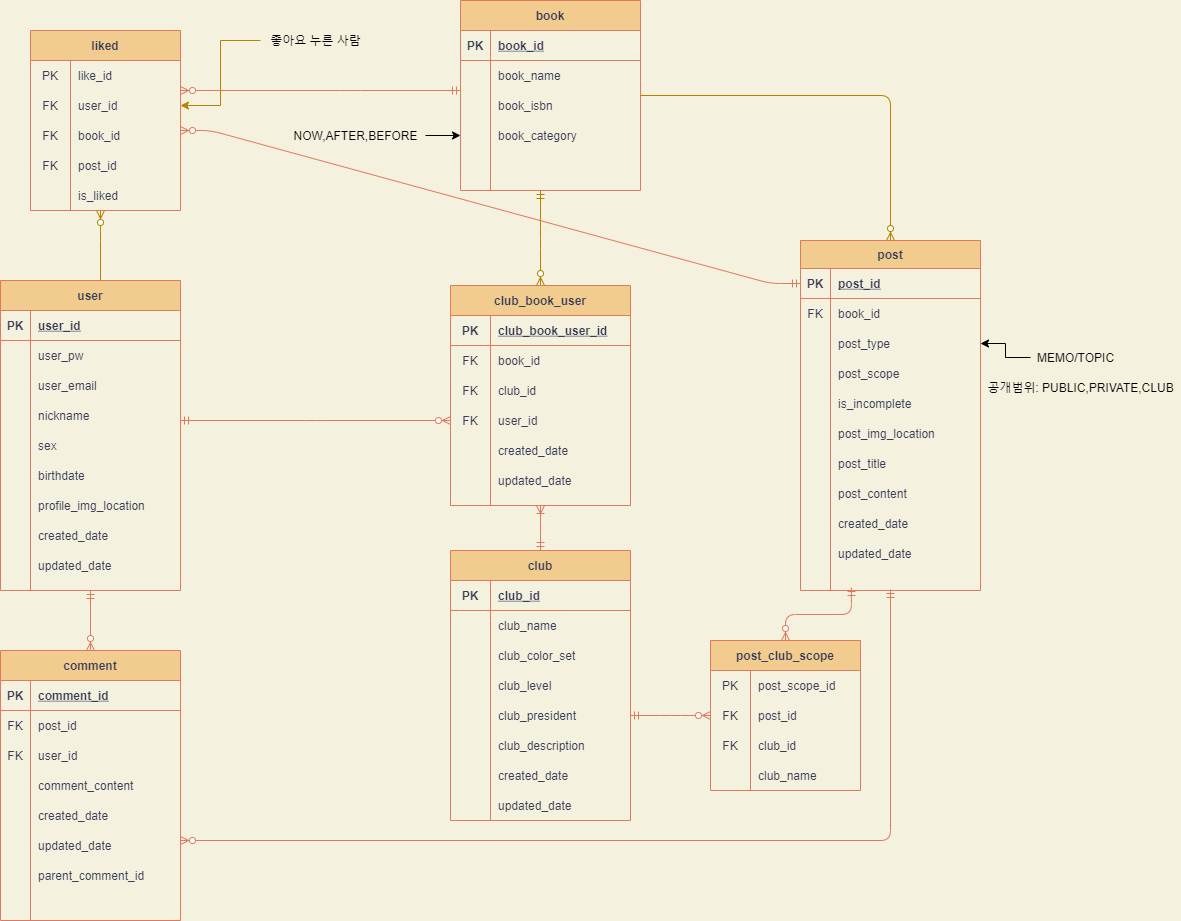
Earlier version of the draw.io export mangpoERD.png (CYC0227/mangpo-ERD). Source tidied: cells renumbered, new cells last; positions are measured from the earlier drawing's top-left corner, leaving out a move shared by most shapes.
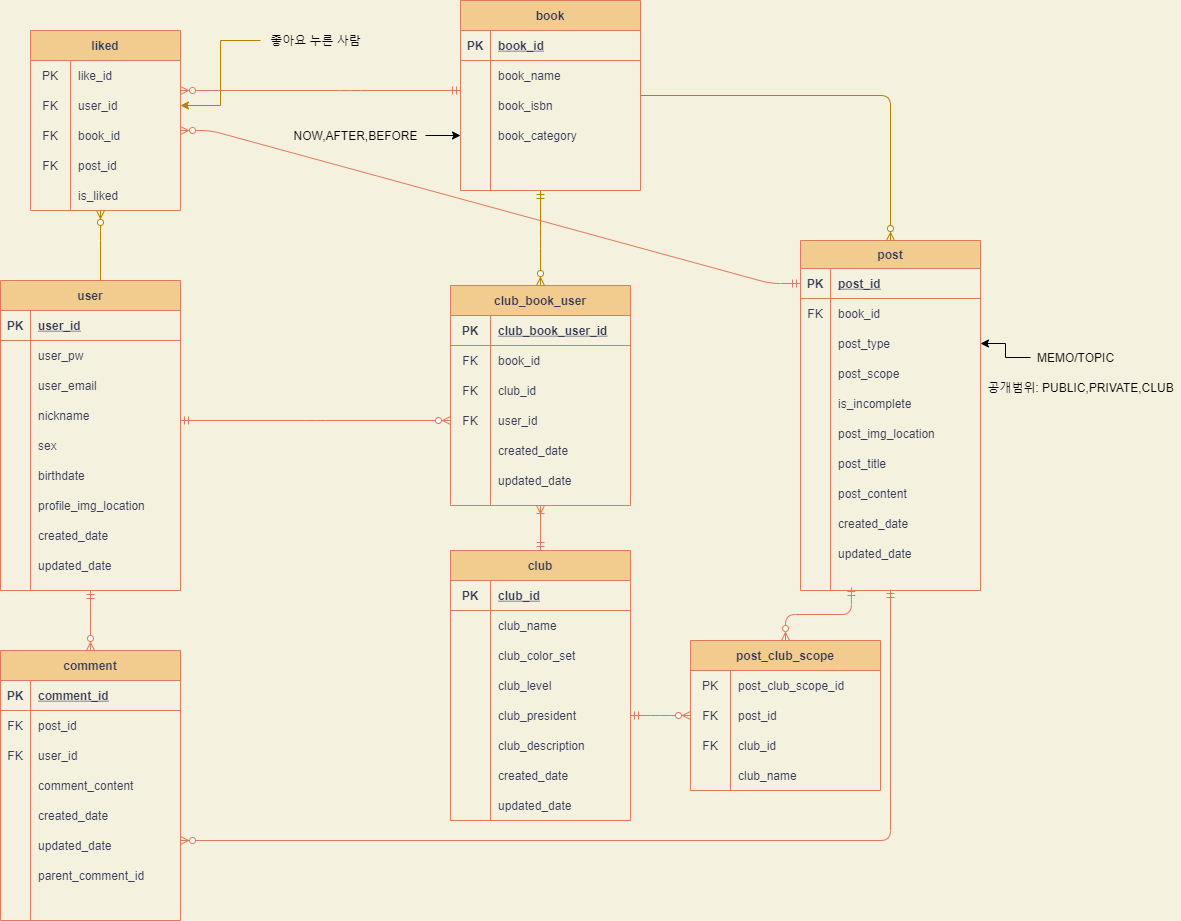
After the commit.

What changed in the source:
```diff
@@ -570,43 +570,43 @@
       <mxGeometry relative="1" as="geometry" />
     </mxCell>
     <mxCell id="179" value="post_club_scope" style="shape=table;startSize=30;rowLines=0;fontStyle=1;align=center;fillColor=#F2CC8F;strokeColor=#E07A5F;fontColor=#393C56;" parent="1" vertex="1">
-      <mxGeometry x="710" y="640" width="150" height="150" as="geometry" />
+      <mxGeometry x="690" y="640" width="190" height="150" as="geometry" />
     </mxCell>
     <mxCell id="180" style="shape=partialRectangle;fillColor=none;top=0;left=0;bottom=0;right=0;strokeColor=#E07A5F;fontColor=#393C56;" parent="179" vertex="1">
-      <mxGeometry y="30" width="150" height="30" as="geometry" />
+      <mxGeometry y="30" width="190" height="30" as="geometry" />
     </mxCell>
     <mxCell id="181" value="PK" style="shape=partialRectangle;fillColor=none;top=0;left=0;bottom=0;right=0;overflow=hidden;strokeColor=#E07A5F;fontColor=#393C56;" parent="180" vertex="1">
       <mxGeometry width="40" height="30" as="geometry" />
     </mxCell>
-    <mxCell id="182" value="post_scope_id" style="shape=partialRectangle;fillColor=none;top=0;left=0;bottom=0;right=0;align=left;spacingLeft=6;overflow=hidden;strokeColor=#E07A5F;fontColor=#393C56;" parent="180" vertex="1">
-      <mxGeometry x="40" width="110" height="30" as="geometry" />
+    <mxCell id="182" value="post_club_scope_id" style="shape=partialRectangle;fillColor=none;top=0;left=0;bottom=0;right=0;align=left;spacingLeft=6;overflow=hidden;strokeColor=#E07A5F;fontColor=#393C56;" parent="180" vertex="1">
+      <mxGeometry x="40" width="150" height="30" as="geometry" />
     </mxCell>
     <mxCell id="183" style="shape=partialRectangle;fillColor=none;top=0;left=0;bottom=0;right=0;strokeColor=#E07A5F;fontColor=#393C56;" parent="179" vertex="1">
-      <mxGeometry y="60" width="150" height="30" as="geometry" />
+      <mxGeometry y="60" width="190" height="30" as="geometry" />
     </mxCell>
     <mxCell id="184" value="FK" style="shape=partialRectangle;fillColor=none;top=0;left=0;bottom=0;right=0;overflow=hidden;strokeColor=#E07A5F;fontColor=#393C56;" parent="183" vertex="1">
       <mxGeometry width="40" height="30" as="geometry" />
     </mxCell>
     <mxCell id="185" value="post_id" style="shape=partialRectangle;fillColor=none;top=0;left=0;bottom=0;right=0;align=left;spacingLeft=6;overflow=hidden;strokeColor=#E07A5F;fontColor=#393C56;" parent="183" vertex="1">
-      <mxGeometry x="40" width="110" height="30" as="geometry" />
+      <mxGeometry x="40" width="150" height="30" as="geometry" />
     </mxCell>
     <mxCell id="186" style="shape=partialRectangle;fillColor=none;top=0;left=0;bottom=0;right=0;strokeColor=#E07A5F;fontColor=#393C56;" parent="179" vertex="1">
-      <mxGeometry y="90" width="150" height="30" as="geometry" />
+      <mxGeometry y="90" width="190" height="30" as="geometry" />
     </mxCell>
     <mxCell id="187" value="FK" style="shape=partialRectangle;fillColor=none;top=0;left=0;bottom=0;right=0;overflow=hidden;strokeColor=#E07A5F;fontColor=#393C56;" parent="186" vertex="1">
       <mxGeometry width="40" height="30" as="geometry" />
     </mxCell>
     <mxCell id="188" value="club_id" style="shape=partialRectangle;fillColor=none;top=0;left=0;bottom=0;right=0;align=left;spacingLeft=6;overflow=hidden;strokeColor=#E07A5F;fontColor=#393C56;" parent="186" vertex="1">
-      <mxGeometry x="40" width="110" height="30" as="geometry" />
+      <mxGeometry x="40" width="150" height="30" as="geometry" />
     </mxCell>
     <mxCell id="189" style="shape=partialRectangle;fillColor=none;top=0;left=0;bottom=0;right=0;strokeColor=#E07A5F;fontColor=#393C56;" parent="179" vertex="1">
-      <mxGeometry y="120" width="150" height="30" as="geometry" />
+      <mxGeometry y="120" width="190" height="30" as="geometry" />
     </mxCell>
     <mxCell id="190" style="shape=partialRectangle;fillColor=none;top=0;left=0;bottom=0;right=0;overflow=hidden;strokeColor=#E07A5F;fontColor=#393C56;" parent="189" vertex="1">
       <mxGeometry width="40" height="30" as="geometry" />
     </mxCell>
     <mxCell id="191" value="club_name" style="shape=partialRectangle;fillColor=none;top=0;left=0;bottom=0;right=0;align=left;spacingLeft=6;overflow=hidden;strokeColor=#E07A5F;fontColor=#393C56;" parent="189" vertex="1">
-      <mxGeometry x="40" width="110" height="30" as="geometry" />
+      <mxGeometry x="40" width="150" height="30" as="geometry" />
     </mxCell>
     <mxCell id="192" style="edgeStyle=elbowEdgeStyle;fontSize=12;html=1;endArrow=ERzeroToMany;startArrow=ERmandOne;strokeColor=#E07A5F;fontColor=#393C56;labelBackgroundColor=#F4F1DE;elbow=vertical;exitX=0.283;exitY=0.95;exitDx=0;exitDy=0;exitPerimeter=0;" parent="1" edge="1" source="61" target="179">
       <mxGeometry relative="1" as="geometry" />
```
